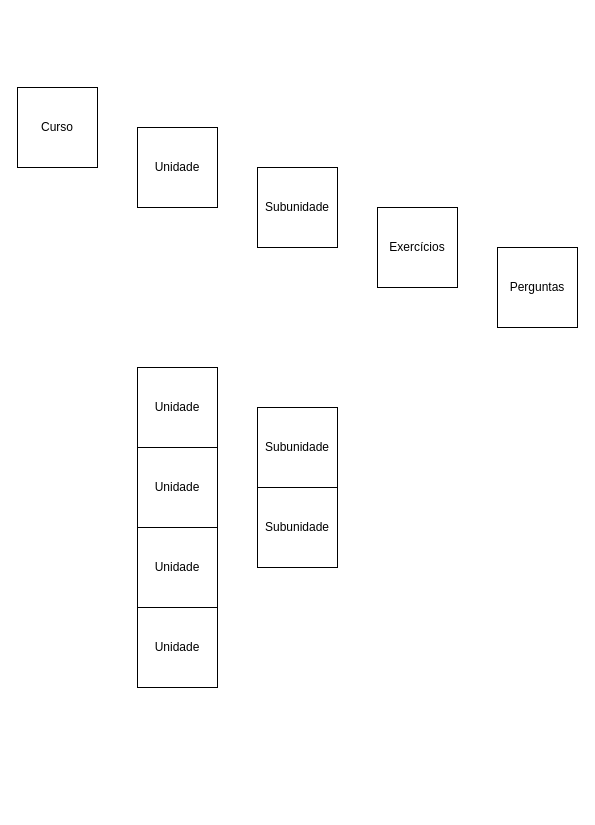
The draw.io diagram Estrutura de Cursos.drawio in gersonborges/tpa, before the edit. Source tidied: cells renumbered, new cells numbered last; positions are measured from the earlier drawing's top-left corner, leaving out a move shared by most shapes. Both pictures are drawn from the tidied source at 100%, with x=0, y=0 at pixel (17, 87).
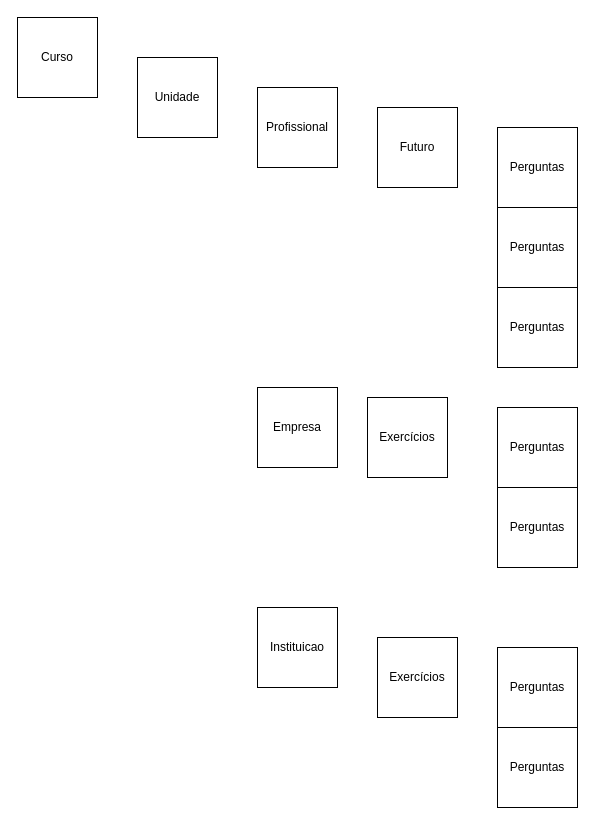
The same diagram, later.

Change to the diagram source:
```diff
@@
 <mxGraphModel>
   <root>
     <mxCell id="0" />
     <mxCell id="1" parent="0" />
     <mxCell id="2" value="Curso" style="whiteSpace=wrap;html=1;" parent="1" vertex="1">
-      <mxGeometry width="80" height="80" as="geometry" />
+      <mxGeometry y="-70" width="80" height="80" as="geometry" />
     </mxCell>
     <mxCell id="3" value="Unidade" style="whiteSpace=wrap;html=1;" parent="1" vertex="1">
-      <mxGeometry x="120" y="40" width="80" height="80" as="geometry" />
+      <mxGeometry x="120" y="-30" width="80" height="80" as="geometry" />
     </mxCell>
-    <mxCell id="4" value="Unidade" style="whiteSpace=wrap;html=1;" parent="1" vertex="1">
-      <mxGeometry x="120" y="280" width="80" height="80" as="geometry" />
-    </mxCell>
-    <mxCell id="5" value="Unidade" style="whiteSpace=wrap;html=1;" parent="1" vertex="1">
-      <mxGeometry x="120" y="360" width="80" height="80" as="geometry" />
-    </mxCell>
-    <mxCell id="6" value="Unidade" style="whiteSpace=wrap;html=1;" parent="1" vertex="1">
-      <mxGeometry x="120" y="440" width="80" height="80" as="geometry" />
-    </mxCell>
-    <mxCell id="7" value="Unidade" style="whiteSpace=wrap;html=1;" parent="1" vertex="1">
-      <mxGeometry x="120" y="520" width="80" height="80" as="geometry" />
-    </mxCell>
-    <mxCell id="8" value="Subunidade" style="whiteSpace=wrap;html=1;" parent="1" vertex="1">
-      <mxGeometry x="240" y="80" width="80" height="80" as="geometry" />
+    <mxCell id="8" value="Profissional" style="whiteSpace=wrap;html=1;" parent="1" vertex="1">
+      <mxGeometry x="240" width="80" height="80" as="geometry" />
     </mxCell>
-    <mxCell id="9" value="Subunidade" style="whiteSpace=wrap;html=1;" parent="1" vertex="1">
-      <mxGeometry x="240" y="320" width="80" height="80" as="geometry" />
+    <mxCell id="9" value="Empresa" style="whiteSpace=wrap;html=1;" parent="1" vertex="1">
+      <mxGeometry x="240" y="300" width="80" height="80" as="geometry" />
     </mxCell>
-    <mxCell id="10" value="Subunidade" style="whiteSpace=wrap;html=1;" parent="1" vertex="1">
-      <mxGeometry x="240" y="400" width="80" height="80" as="geometry" />
+    <mxCell id="10" value="Instituicao" style="whiteSpace=wrap;html=1;" parent="1" vertex="1">
+      <mxGeometry x="240" y="520" width="80" height="80" as="geometry" />
     </mxCell>
     <mxCell id="11" value="Exercícios" style="whiteSpace=wrap;html=1;" parent="1" vertex="1">
-      <mxGeometry x="360" y="120" width="80" height="80" as="geometry" />
+      <mxGeometry x="350" y="310" width="80" height="80" as="geometry" />
     </mxCell>
     <mxCell id="12" value="&lt;div&gt;Perguntas&lt;/div&gt;" style="whiteSpace=wrap;html=1;" parent="1" vertex="1">
-      <mxGeometry x="480" y="160" width="80" height="80" as="geometry" />
+      <mxGeometry x="480" y="320" width="80" height="80" as="geometry" />
     </mxCell>
+    <mxCell id="13" value="&lt;div&gt;Perguntas&lt;/div&gt;" style="whiteSpace=wrap;html=1;" parent="1" vertex="1">
+      <mxGeometry x="480" y="400" width="80" height="80" as="geometry" />
+    </mxCell>
+    <mxCell id="14" value="&lt;div&gt;Perguntas&lt;/div&gt;" style="whiteSpace=wrap;html=1;" parent="1" vertex="1">
+      <mxGeometry x="480" y="40" width="80" height="80" as="geometry" />
+    </mxCell>
+    <mxCell id="15" value="Futuro" style="whiteSpace=wrap;html=1;" parent="1" vertex="1">
+      <mxGeometry x="360" y="20" width="80" height="80" as="geometry" />
+    </mxCell>
+    <mxCell id="16" value="&lt;div&gt;Perguntas&lt;/div&gt;" style="whiteSpace=wrap;html=1;" parent="1" vertex="1">
+      <mxGeometry x="480" y="120" width="80" height="80" as="geometry" />
+    </mxCell>
+    <mxCell id="17" value="&lt;div&gt;Perguntas&lt;/div&gt;" style="whiteSpace=wrap;html=1;" parent="1" vertex="1">
+      <mxGeometry x="480" y="200" width="80" height="80" as="geometry" />
+    </mxCell>
+    <mxCell id="18" value="Exercícios" style="whiteSpace=wrap;html=1;" parent="1" vertex="1">
+      <mxGeometry x="360" y="550" width="80" height="80" as="geometry" />
+    </mxCell>
+    <mxCell id="19" value="&lt;div&gt;Perguntas&lt;/div&gt;" style="whiteSpace=wrap;html=1;" parent="1" vertex="1">
+      <mxGeometry x="480" y="560" width="80" height="80" as="geometry" />
+    </mxCell>
+    <mxCell id="20" value="&lt;div&gt;Perguntas&lt;/div&gt;" style="whiteSpace=wrap;html=1;" parent="1" vertex="1">
+      <mxGeometry x="480" y="640" width="80" height="80" as="geometry" />
+    </mxCell>
   </root>
 </mxGraphModel>
```
